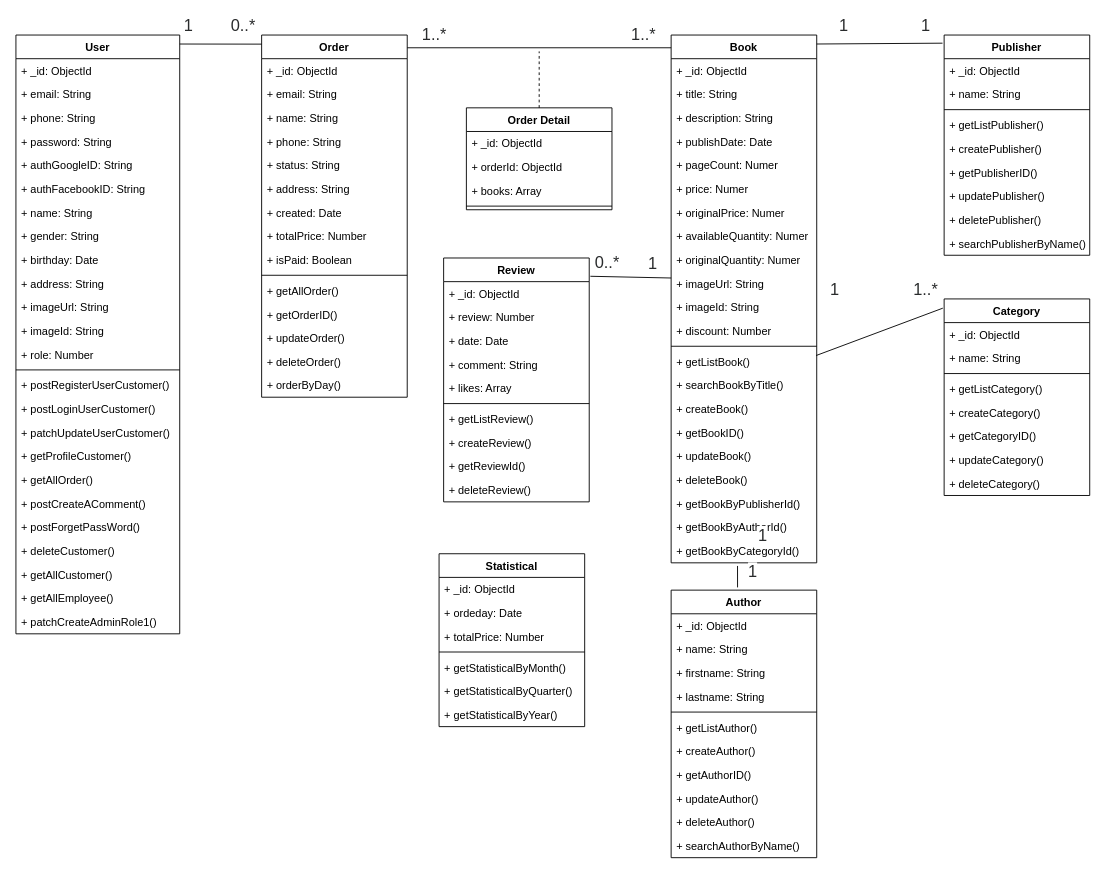
Graduation-Thesis-2020/Selling-Book keeps this draw.io diagram as Design-Website/Class-Diagram/Luoc-Do-Lop.drawio. Above is the earlier version. Source tidied: cells renumbered, new cells numbered last; positions are measured from the earlier drawing's top-left corner, leaving out a move shared by most shapes. Both pictures are drawn from the tidied source at 91%, with x=0, y=0 at pixel (15, 16).
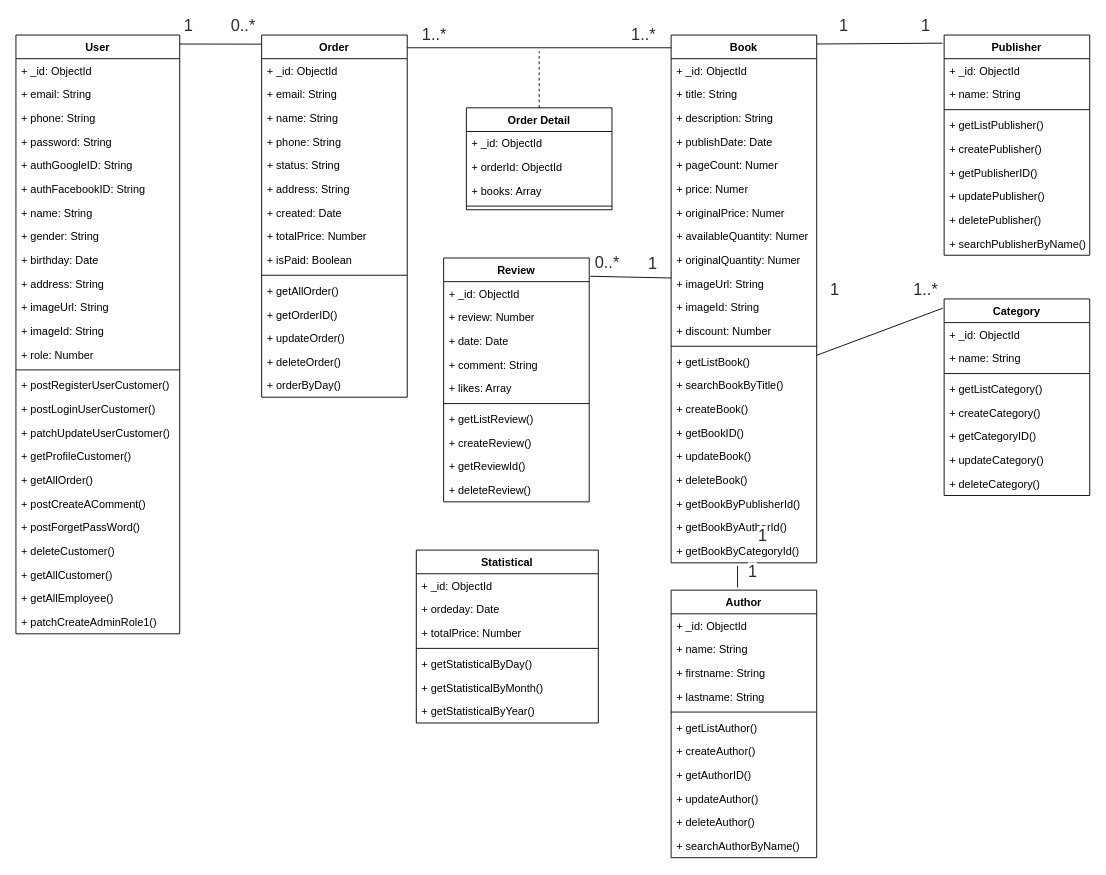
The same diagram, later.

What changed in the source:
```diff
@@
     <mxCell id="114" value="Statistical" style="swimlane;fontStyle=1;align=center;verticalAlign=top;horizontal=1;startSize=26;" parent="1" vertex="1">
-      <mxGeometry x="465" y="590" width="160" height="190" as="geometry" />
+      <mxGeometry x="440" y="586" width="200" height="190" as="geometry" />
     </mxCell>
     <mxCell id="115" value="+ _id: ObjectId" style="text;strokeColor=none;fillColor=none;align=left;verticalAlign=top;spacingLeft=4;spacingRight=4;overflow=hidden;" parent="114" vertex="1">
-      <mxGeometry y="26" width="160" height="26" as="geometry" />
+      <mxGeometry y="26" width="200" height="26" as="geometry" />
     </mxCell>
     <mxCell id="116" value="+ ordeday: Date" style="text;strokeColor=none;fillColor=none;align=left;verticalAlign=top;spacingLeft=4;spacingRight=4;overflow=hidden;" parent="114" vertex="1">
-      <mxGeometry y="52" width="160" height="26" as="geometry" />
+      <mxGeometry y="52" width="200" height="26" as="geometry" />
     </mxCell>
     <mxCell id="117" value="+ totalPrice: Number" style="text;strokeColor=none;fillColor=none;align=left;verticalAlign=top;spacingLeft=4;spacingRight=4;overflow=hidden;" parent="114" vertex="1">
-      <mxGeometry y="78" width="160" height="26" as="geometry" />
+      <mxGeometry y="78" width="200" height="26" as="geometry" />
     </mxCell>
     <mxCell id="118" style="line;strokeWidth=1;fillColor=none;align=left;verticalAlign=middle;spacingTop=-1;spacingLeft=3;spacingRight=3;labelPosition=right;" parent="114" vertex="1">
-      <mxGeometry y="104" width="160" height="8" as="geometry" />
+      <mxGeometry y="104" width="200" height="8" as="geometry" />
     </mxCell>
-    <mxCell id="119" value="+ getStatisticalByMonth()" style="text;strokeColor=none;fillColor=none;align=left;verticalAlign=top;spacingLeft=4;spacingRight=4;overflow=hidden;" parent="114" vertex="1">
-      <mxGeometry y="112" width="160" height="26" as="geometry" />
+    <mxCell id="119" value="+ getStatisticalByDay()" style="text;strokeColor=none;fillColor=none;align=left;verticalAlign=top;spacingLeft=4;spacingRight=4;overflow=hidden;" parent="114" vertex="1">
+      <mxGeometry y="112" width="200" height="26" as="geometry" />
     </mxCell>
-    <mxCell id="120" value="+ getStatisticalByQuarter()" style="text;strokeColor=none;fillColor=none;align=left;verticalAlign=top;spacingLeft=4;spacingRight=4;overflow=hidden;" parent="114" vertex="1">
-      <mxGeometry y="138" width="160" height="26" as="geometry" />
+    <mxCell id="120" value="+ getStatisticalByMonth()" style="text;strokeColor=none;fillColor=none;align=left;verticalAlign=top;spacingLeft=4;spacingRight=4;overflow=hidden;" parent="114" vertex="1">
+      <mxGeometry y="138" width="200" height="26" as="geometry" />
     </mxCell>
     <mxCell id="121" value="+ getStatisticalByYear()" style="text;strokeColor=none;fillColor=none;align=left;verticalAlign=top;spacingLeft=4;spacingRight=4;overflow=hidden;" parent="114" vertex="1">
-      <mxGeometry y="164" width="160" height="26" as="geometry" />
+      <mxGeometry y="164" width="200" height="26" as="geometry" />
     </mxCell>
```
